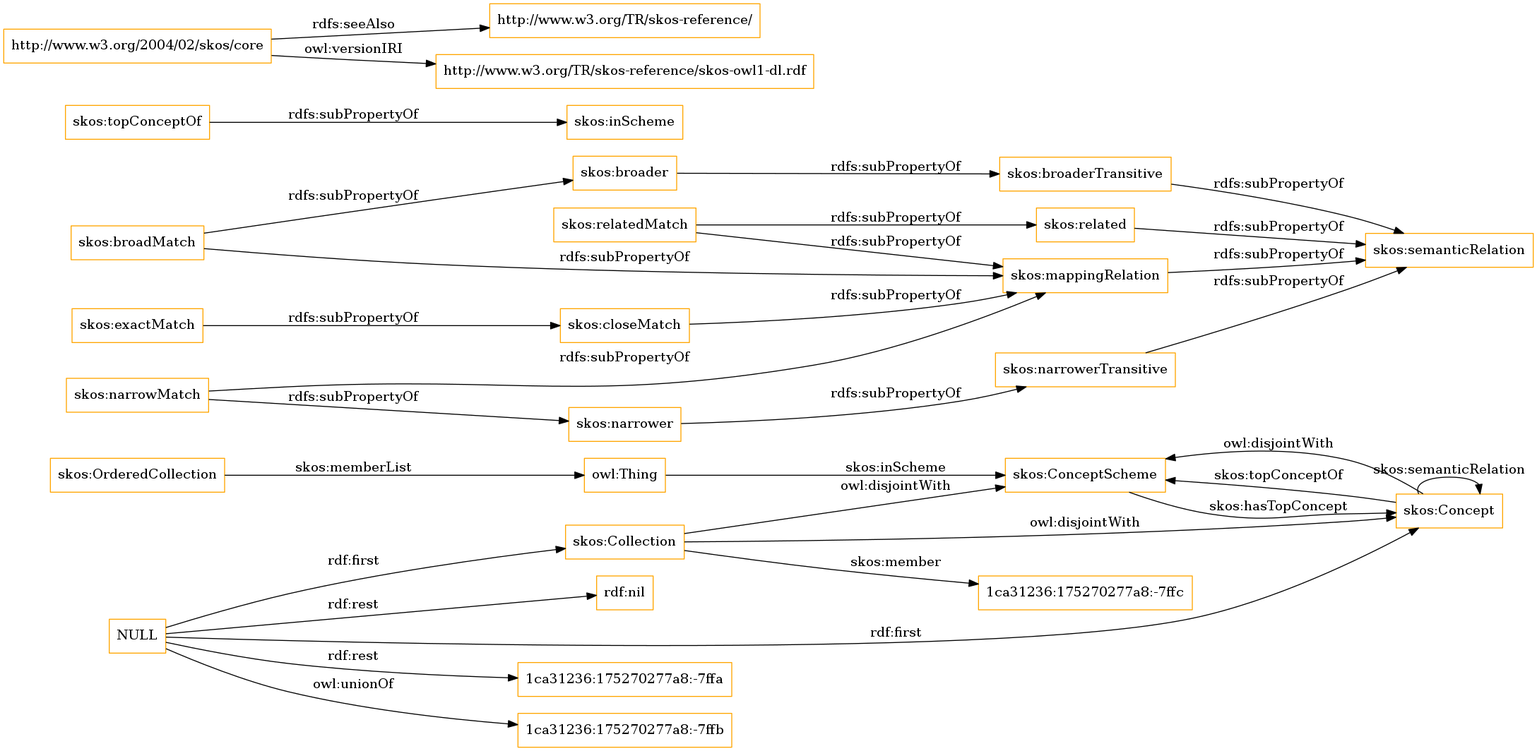
The Graphviz diagram OnToology/imports/skos.owl/diagrams/ar2dtool-class/skos.owl.png in OnToologyUser/core-ontology-1, before a commit. Its source is kept beside it as OnToology/imports/skos.owl/diagrams/ar2dtool-class/skos.owl.png.dot.
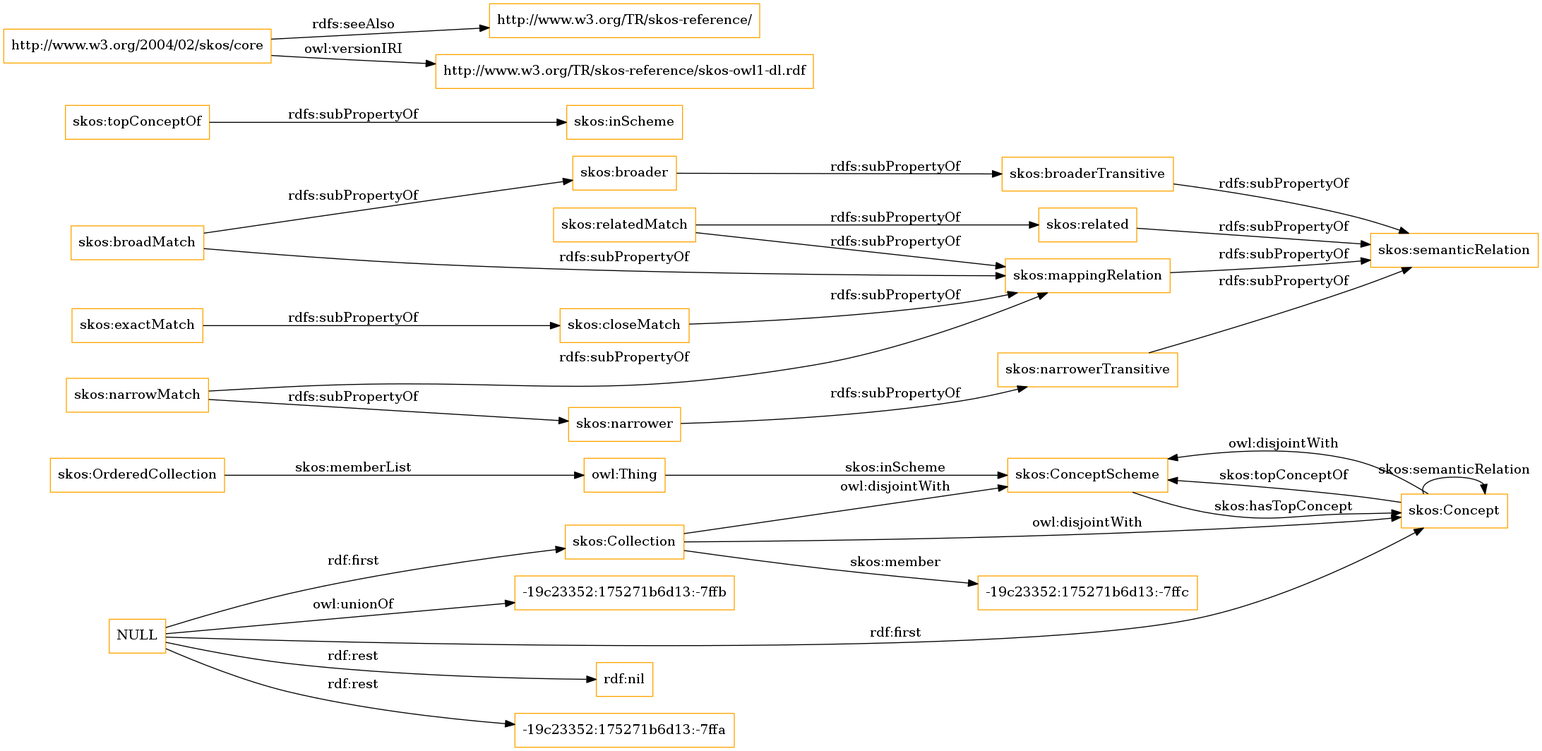
Later version of the same file.

What changed in the source:
```diff
@@ -1,13 +1,13 @@
 digraph ar2dtool_diagram {
 rankdir=LR;
 size="1501"
-node [shape = rectangle, color="orange"]; "skos:OrderedCollection" "skos:ConceptScheme" "skos:Concept" "skos:Collection" "1ca31236:175270277a8:-7ffc" ; /*classes style*/
+node [shape = rectangle, color="orange"]; "skos:OrderedCollection" "skos:ConceptScheme" "skos:Concept" "skos:Collection" "-19c23352:175271b6d13:-7ffc" ; /*classes style*/
 	"skos:narrowerTransitive" -> "skos:semanticRelation" [ label = "rdfs:subPropertyOf" ];
-	"NULL" -> "1ca31236:175270277a8:-7ffa" [ label = "rdf:rest" ];
-	"NULL" -> "skos:Collection" [ label = "rdf:first" ];
-	"NULL" -> "1ca31236:175270277a8:-7ffb" [ label = "owl:unionOf" ];
 	"NULL" -> "rdf:nil" [ label = "rdf:rest" ];
 	"NULL" -> "skos:Concept" [ label = "rdf:first" ];
+	"NULL" -> "-19c23352:175271b6d13:-7ffa" [ label = "rdf:rest" ];
+	"NULL" -> "skos:Collection" [ label = "rdf:first" ];
+	"NULL" -> "-19c23352:175271b6d13:-7ffb" [ label = "owl:unionOf" ];
 	"skos:closeMatch" -> "skos:mappingRelation" [ label = "rdfs:subPropertyOf" ];
 	"skos:Concept" -> "skos:ConceptScheme" [ label = "owl:disjointWith" ];
 	"skos:relatedMatch" -> "skos:related" [ label = "rdfs:subPropertyOf" ];
@@ -30,7 +30,7 @@
 	"skos:OrderedCollection" -> "owl:Thing" [ label = "skos:memberList" ];
 	"skos:Concept" -> "skos:ConceptScheme" [ label = "skos:topConceptOf" ];
 	"skos:Concept" -> "skos:Concept" [ label = "skos:semanticRelation" ];
-	"skos:Collection" -> "1ca31236:175270277a8:-7ffc" [ label = "skos:member" ];
+	"skos:Collection" -> "-19c23352:175271b6d13:-7ffc" [ label = "skos:member" ];
 	"skos:ConceptScheme" -> "skos:Concept" [ label = "skos:hasTopConcept" ];
 	"owl:Thing" -> "skos:ConceptScheme" [ label = "skos:inScheme" ];
 
```
